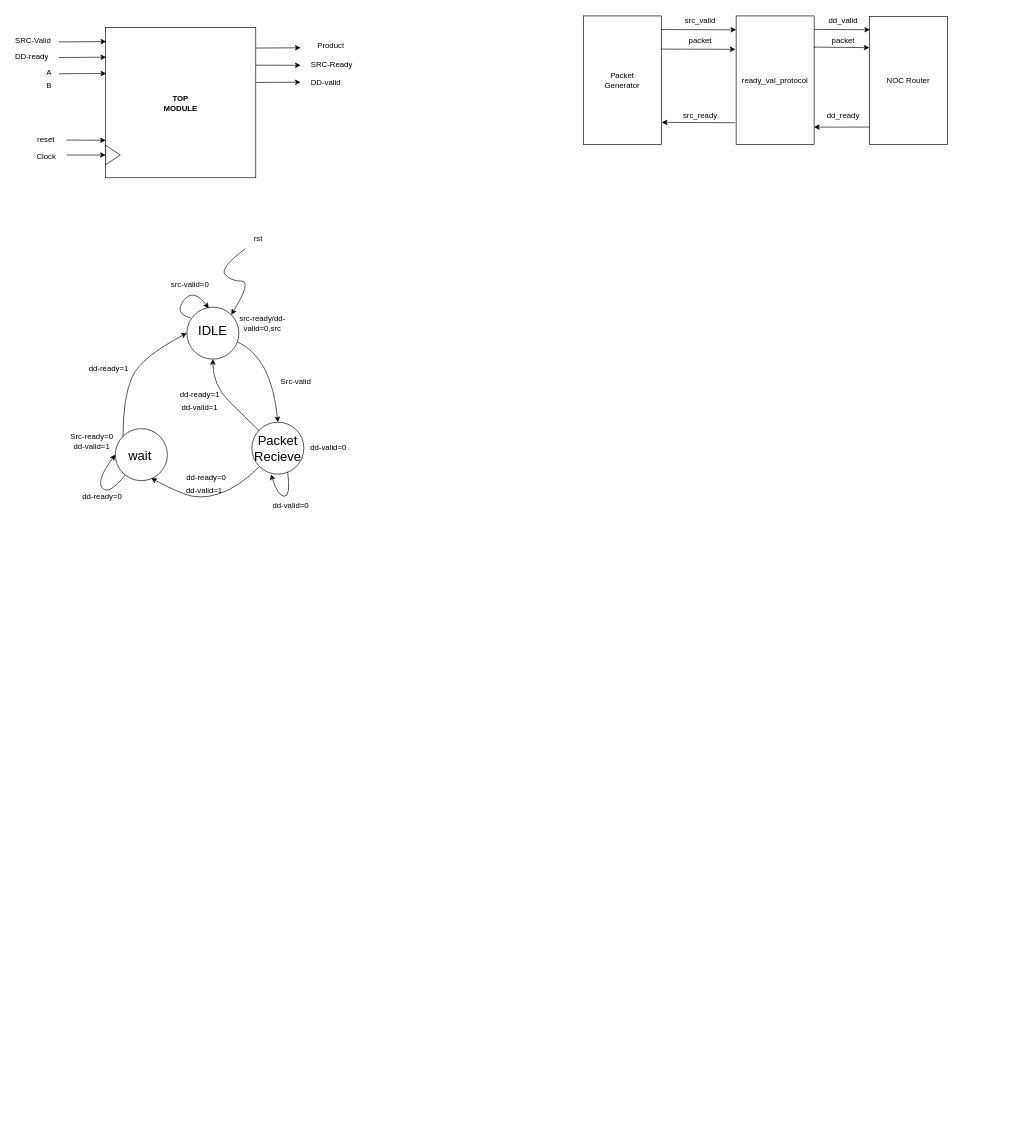
Hira-Firdous/DD-Xce-sv-task keeps this draw.io diagram as page "Page-1" (1 of 2) of NOC_generator.drawio. Above is the earlier version. Source tidied: cells renumbered, new cells numbered last; positions are measured from the earlier drawing's top-left corner, leaving out a move shared by most shapes. Both pictures are drawn from the tidied source at 65%, with x=0, y=0 at pixel (11, 11).
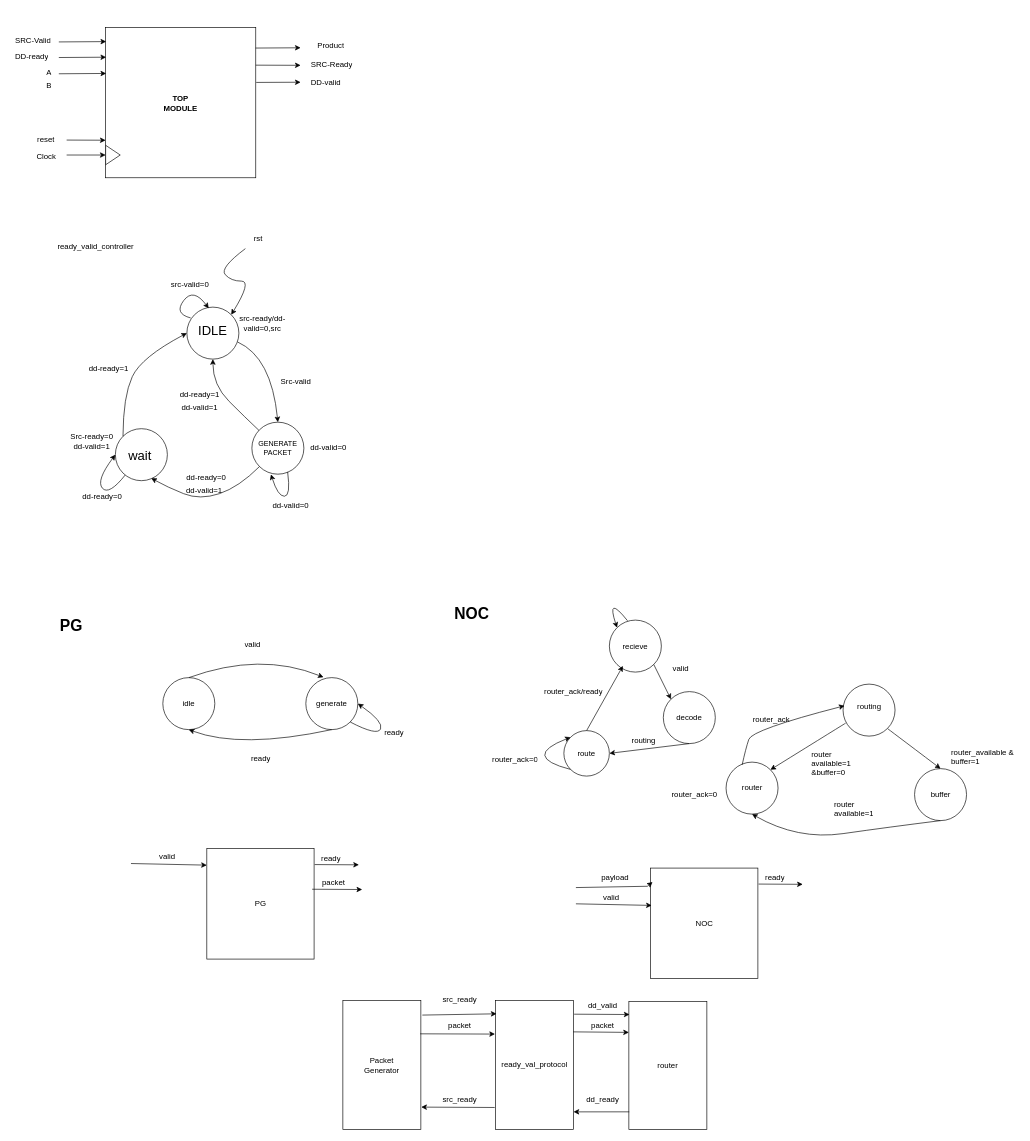
Above is the later version.

Change to the diagram source:
```diff
@@
-    <mxCell id="39" value="Packet&lt;div&gt;Recieve&lt;/div&gt;" style="text;html=1;align=center;verticalAlign=middle;whiteSpace=wrap;rounded=0;fontSize=20;" parent="1" vertex="1">
+    <mxCell id="39" value="GENERATE&lt;div style=&quot;font-size: 11px;&quot;&gt;PACKET&lt;/div&gt;" style="text;html=1;align=center;verticalAlign=middle;whiteSpace=wrap;rounded=0;fontSize=11;" parent="1" vertex="1">
       <mxGeometry x="385" y="663" width="50" height="18" as="geometry" />
     </mxCell>
@@
     <mxCell id="48" value="Packet&lt;div&gt;Generator&lt;/div&gt;" style="rounded=0;whiteSpace=wrap;html=1;" parent="1" vertex="1">
-      <mxGeometry x="880" y="7" width="120" height="198" as="geometry" />
+      <mxGeometry x="510" y="1522" width="120" height="198" as="geometry" />
     </mxCell>
     <mxCell id="49" value="ready_val_protocol" style="rounded=0;whiteSpace=wrap;html=1;" parent="1" vertex="1">
-      <mxGeometry x="1115" y="7" width="120" height="198" as="geometry" />
+      <mxGeometry x="745" y="1522" width="120" height="198" as="geometry" />
     </mxCell>
-    <mxCell id="50" value="NOC Router" style="rounded=0;whiteSpace=wrap;html=1;" parent="1" vertex="1">
-      <mxGeometry x="1320" y="8" width="120" height="197" as="geometry" />
+    <mxCell id="50" value="router" style="rounded=0;whiteSpace=wrap;html=1;" parent="1" vertex="1">
+      <mxGeometry x="950" y="1523" width="120" height="197" as="geometry" />
     </mxCell>
-    <mxCell id="51" style="endArrow=classic;html=1;rounded=0;entryX=0.001;entryY=0.113;entryDx=0;entryDy=0;entryPerimeter=0;" parent="1" edge="1">
-      <mxGeometry relative="1" as="geometry">
-        <mxPoint x="1000" y="28" as="sourcePoint" />
-        <mxPoint x="1115.1" y="28.4" as="targetPoint" />
-      </mxGeometry>
-    </mxCell>
@@
     <mxCell id="53" style="endArrow=classic;html=1;rounded=0;exitX=0.992;exitY=0.202;exitDx=0;exitDy=0;exitPerimeter=0;entryX=-0.008;entryY=0.204;entryDx=0;entryDy=0;entryPerimeter=0;" parent="1" edge="1">
       <mxGeometry relative="1" as="geometry">
-        <mxPoint x="999" y="58" as="sourcePoint" />
-        <mxPoint x="1114" y="58.4" as="targetPoint" />
+        <mxPoint x="629" y="1573" as="sourcePoint" />
+        <mxPoint x="744" y="1573.4" as="targetPoint" />
       </mxGeometry>
     </mxCell>
-    <mxCell id="54" value="src_valid" style="text;html=1;align=center;verticalAlign=middle;whiteSpace=wrap;rounded=0;" parent="1" vertex="1">
-      <mxGeometry x="1030" width="60" height="30" as="geometry" />
-    </mxCell>
     <mxCell id="55" value="packet" style="text;html=1;align=center;verticalAlign=middle;whiteSpace=wrap;rounded=0;" parent="1" vertex="1">
-      <mxGeometry x="1030" y="30" width="60" height="30" as="geometry" />
+      <mxGeometry x="660" y="1545" width="60" height="30" as="geometry" />
     </mxCell>
     <mxCell id="56" value="src_ready" style="text;html=1;align=center;verticalAlign=middle;whiteSpace=wrap;rounded=0;" parent="1" vertex="1">
-      <mxGeometry x="1030" y="145" width="60" height="30" as="geometry" />
+      <mxGeometry x="660" y="1660" width="60" height="30" as="geometry" />
     </mxCell>
     <mxCell id="57" value="dd_valid" style="text;html=1;align=center;verticalAlign=middle;whiteSpace=wrap;rounded=0;" parent="1" vertex="1">
-      <mxGeometry x="1250" width="60" height="30" as="geometry" />
+      <mxGeometry x="880" y="1515" width="60" height="30" as="geometry" />
     </mxCell>
     <mxCell id="58" style="endArrow=classic;html=1;rounded=0;exitX=0.99;exitY=0.105;exitDx=0;exitDy=0;exitPerimeter=0;entryX=-0.008;entryY=0.103;entryDx=0;entryDy=0;entryPerimeter=0;" parent="1" edge="1">
       <mxGeometry relative="1" as="geometry">
-        <mxPoint x="1235.8" y="27.8" as="sourcePoint" />
-        <mxPoint x="1321" y="28.3" as="targetPoint" />
+        <mxPoint x="865.8" y="1542.8" as="sourcePoint" />
+        <mxPoint x="951" y="1543.3" as="targetPoint" />
       </mxGeometry>
     </mxCell>
@@
     <mxCell id="60" value="dd_ready" style="text;html=1;align=center;verticalAlign=middle;whiteSpace=wrap;rounded=0;" parent="1" vertex="1">
-      <mxGeometry x="1250" y="145" width="60" height="30" as="geometry" />
+      <mxGeometry x="880" y="1660" width="60" height="30" as="geometry" />
     </mxCell>
     <mxCell id="61" style="endArrow=classic;html=1;rounded=0;exitX=0.992;exitY=0.199;exitDx=0;exitDy=0;exitPerimeter=0;entryX=-0.003;entryY=0.199;entryDx=0;entryDy=0;entryPerimeter=0;" parent="1" edge="1">
       <mxGeometry relative="1" as="geometry">
-        <mxPoint x="1234.4" y="55" as="sourcePoint" />
-        <mxPoint x="1320" y="55.8" as="targetPoint" />
+        <mxPoint x="864.4" y="1570" as="sourcePoint" />
+        <mxPoint x="950" y="1570.8" as="targetPoint" />
       </mxGeometry>
     </mxCell>
     <mxCell id="62" value="packet" style="text;html=1;align=center;verticalAlign=middle;whiteSpace=wrap;rounded=0;" parent="1" vertex="1">
-      <mxGeometry x="1260" y="35" width="40" height="20" as="geometry" />
+      <mxGeometry x="890" y="1550" width="40" height="20" as="geometry" />
     </mxCell>
+    <mxCell id="63" value="buffer" style="ellipse;whiteSpace=wrap;html=1;" parent="1" vertex="1">
+      <mxGeometry x="1389.5" y="1165" width="80" height="80" as="geometry" />
+    </mxCell>
+    <mxCell id="64" value="router&lt;div&gt;available=1 &amp;amp;buffer=0&lt;/div&gt;" style="text;strokeColor=none;fillColor=none;align=left;verticalAlign=middle;spacingLeft=4;spacingRight=4;overflow=hidden;whiteSpace=wrap;html=1;" parent="1" vertex="1">
+      <mxGeometry x="1224.5" y="1125" width="80" height="63" as="geometry" />
+    </mxCell>
+    <mxCell id="65" value="router" style="ellipse;whiteSpace=wrap;html=1;" parent="1" vertex="1">
+      <mxGeometry x="1099.5" y="1155" width="80" height="80" as="geometry" />
+    </mxCell>
+    <mxCell id="66" style="curved=1;endArrow=classic;html=1;rounded=0;entryX=0.5;entryY=1;entryDx=0;entryDy=0;exitX=0.5;exitY=1;exitDx=0;exitDy=0;" parent="1" edge="1" source="63" target="65">
+      <mxGeometry relative="1" as="geometry">
+        <Array as="points">
+          <mxPoint x="1349.5" y="1255" />
+          <mxPoint x="1209.5" y="1275" />
+        </Array>
+      </mxGeometry>
+    </mxCell>
+    <mxCell id="67" style="curved=1;endArrow=classic;html=1;rounded=0;entryX=1;entryY=0;entryDx=0;entryDy=0;exitX=0.05;exitY=0.75;exitDx=0;exitDy=0;exitPerimeter=0;" parent="1" edge="1" source="83" target="65">
+      <mxGeometry relative="1" as="geometry" />
+    </mxCell>
+    <mxCell id="68" style="curved=1;endArrow=classic;html=1;rounded=0;entryX=0.5;entryY=0;entryDx=0;entryDy=0;exitX=1;exitY=1;exitDx=0;exitDy=0;" parent="1" edge="1" source="83" target="63">
+      <mxGeometry relative="1" as="geometry" />
+    </mxCell>
+    <mxCell id="69" value="&lt;div&gt;&lt;br&gt;&lt;/div&gt;&lt;div&gt;router_available &amp;amp; buffer=1&lt;/div&gt;" style="text;strokeColor=none;fillColor=none;align=left;verticalAlign=middle;spacingLeft=4;spacingRight=4;overflow=hidden;whiteSpace=wrap;html=1;" parent="1" vertex="1">
+      <mxGeometry x="1439.5" y="1115" width="110" height="50" as="geometry" />
+    </mxCell>
+    <mxCell id="70" value="router&lt;div&gt;available=1&lt;/div&gt;" style="text;strokeColor=none;fillColor=none;align=left;verticalAlign=middle;spacingLeft=4;spacingRight=4;overflow=hidden;whiteSpace=wrap;html=1;" parent="1" vertex="1">
+      <mxGeometry x="1259.5" y="1195" width="70" height="63" as="geometry" />
+    </mxCell>
+    <mxCell id="71" value="ready_valid_controller" style="text;html=1;align=center;verticalAlign=middle;whiteSpace=wrap;rounded=0;" parent="1" vertex="1">
+      <mxGeometry x="70" y="349" width="120" height="26" as="geometry" />
+    </mxCell>
+    <mxCell id="72" value="recieve" style="ellipse;whiteSpace=wrap;html=1;" parent="1" vertex="1">
+      <mxGeometry x="920" y="936.5" width="80" height="80" as="geometry" />
+    </mxCell>
+    <mxCell id="73" value="decode" style="ellipse;whiteSpace=wrap;html=1;" parent="1" vertex="1">
+      <mxGeometry x="1003" y="1046.5" width="80" height="80" as="geometry" />
+    </mxCell>
+    <mxCell id="74" style="curved=1;endArrow=classic;html=1;rounded=0;exitX=0.35;exitY=0.013;exitDx=0;exitDy=0;exitPerimeter=0;entryX=0;entryY=0;entryDx=0;entryDy=0;" parent="1" edge="1" source="72" target="72">
+      <mxGeometry relative="1" as="geometry">
+        <Array as="points">
+          <mxPoint x="915" y="896.5" />
+        </Array>
+      </mxGeometry>
+    </mxCell>
+    <mxCell id="75" value="valid" style="text;html=1;align=center;verticalAlign=middle;whiteSpace=wrap;rounded=0;" parent="1" vertex="1">
+      <mxGeometry x="1000" y="996.5" width="60" height="30" as="geometry" />
+    </mxCell>
+    <mxCell id="76" style="endArrow=classic;html=1;rounded=0;exitX=1;exitY=1;exitDx=0;exitDy=0;entryX=0;entryY=0;entryDx=0;entryDy=0;" parent="1" edge="1" source="72" target="73">
+      <mxGeometry relative="1" as="geometry" />
+    </mxCell>
+    <mxCell id="77" value="route" style="ellipse;whiteSpace=wrap;html=1;" parent="1" vertex="1">
+      <mxGeometry x="850" y="1106.5" width="70" height="70" as="geometry" />
+    </mxCell>
+    <mxCell id="78" style="endArrow=classic;html=1;rounded=0;exitX=0.5;exitY=1;exitDx=0;exitDy=0;entryX=1;entryY=0.5;entryDx=0;entryDy=0;" parent="1" edge="1" source="73" target="77">
+      <mxGeometry relative="1" as="geometry" />
+    </mxCell>
+    <mxCell id="79" style="endArrow=classic;html=1;rounded=0;exitX=0.5;exitY=0;exitDx=0;exitDy=0;entryX=0.26;entryY=0.882;entryDx=0;entryDy=0;entryPerimeter=0;" parent="1" edge="1" source="77" target="72">
+      <mxGeometry relative="1" as="geometry" />
+    </mxCell>
+    <mxCell id="80" style="curved=1;endArrow=classic;html=1;rounded=0;entryX=0;entryY=0;entryDx=0;entryDy=0;exitX=0;exitY=1;exitDx=0;exitDy=0;" parent="1" edge="1" source="77" target="77">
+      <mxGeometry relative="1" as="geometry">
+        <Array as="points">
+          <mxPoint x="784" y="1146.5" />
+        </Array>
+      </mxGeometry>
+    </mxCell>
+    <mxCell id="81" value="router_ack=0" style="text;strokeColor=none;fillColor=none;align=left;verticalAlign=middle;spacingLeft=4;spacingRight=4;overflow=hidden;whiteSpace=wrap;html=1;" parent="1" vertex="1">
+      <mxGeometry x="734" y="1136.5" width="80" height="30" as="geometry" />
+    </mxCell>
+    <mxCell id="82" value="router_ack/ready" style="text;strokeColor=none;fillColor=none;align=left;verticalAlign=middle;spacingLeft=4;spacingRight=4;overflow=hidden;whiteSpace=wrap;html=1;" parent="1" vertex="1">
+      <mxGeometry x="814" y="1026.5" width="113" height="40" as="geometry" />
+    </mxCell>
+    <mxCell id="83" style="ellipse;whiteSpace=wrap;html=1;" parent="1" vertex="1">
+      <mxGeometry x="1279.5" y="1035" width="80" height="80" as="geometry" />
+    </mxCell>
+    <mxCell id="84" value="router_ack=0" style="text;strokeColor=none;fillColor=none;align=left;verticalAlign=middle;spacingLeft=4;spacingRight=4;overflow=hidden;whiteSpace=wrap;html=1;" parent="1" vertex="1">
+      <mxGeometry x="1010" y="1190" width="80" height="30" as="geometry" />
+    </mxCell>
+    <mxCell id="85" value="router_ack" style="text;strokeColor=none;fillColor=none;align=left;verticalAlign=middle;spacingLeft=4;spacingRight=4;overflow=hidden;whiteSpace=wrap;html=1;" parent="1" vertex="1">
+      <mxGeometry x="1134.5" y="1075" width="80" height="30" as="geometry" />
+    </mxCell>
+    <mxCell id="86" value="routing" style="text;html=1;align=center;verticalAlign=middle;whiteSpace=wrap;rounded=0;" parent="1" vertex="1">
+      <mxGeometry x="1289.5" y="1055" width="60" height="30" as="geometry" />
+    </mxCell>
+    <mxCell id="87" value="routing" style="text;html=1;align=center;verticalAlign=middle;whiteSpace=wrap;rounded=0;" parent="1" vertex="1">
+      <mxGeometry x="943" y="1106.5" width="60" height="30" as="geometry" />
+    </mxCell>
+    <mxCell id="88" style="curved=1;endArrow=classic;html=1;rounded=0;exitX=0.31;exitY=0.053;exitDx=0;exitDy=0;exitPerimeter=0;entryX=0.028;entryY=0.416;entryDx=0;entryDy=0;entryPerimeter=0;" parent="1" edge="1" source="65" target="83">
+      <mxGeometry relative="1" as="geometry">
+        <Array as="points">
+          <mxPoint x="1129.5" y="1135" />
+          <mxPoint x="1139.5" y="1105" />
+        </Array>
+      </mxGeometry>
+    </mxCell>
+    <mxCell id="89" value="&lt;h1 style=&quot;margin-top: 0px;&quot;&gt;NOC&lt;/h1&gt;" style="text;html=1;whiteSpace=wrap;overflow=hidden;rounded=0;" parent="1" vertex="1">
+      <mxGeometry x="680" y="906.5" width="120" height="50" as="geometry" />
+    </mxCell>
+    <mxCell id="90" value="&lt;h1 style=&quot;margin-top: 0px;&quot;&gt;PG&lt;/h1&gt;" style="text;html=1;whiteSpace=wrap;overflow=hidden;rounded=0;" parent="1" vertex="1">
+      <mxGeometry x="73" y="925" width="60" height="50" as="geometry" />
+    </mxCell>
+    <mxCell id="91" value="NOC" style="rounded=0;whiteSpace=wrap;html=1;" parent="1" vertex="1">
+      <mxGeometry x="983.5" y="1318" width="165" height="170" as="geometry" />
+    </mxCell>
+    <mxCell id="92" style="endArrow=classic;html=1;rounded=0;entryX=0.018;entryY=0.126;entryDx=0;entryDy=0;entryPerimeter=0;" parent="1" edge="1" target="91">
+      <mxGeometry relative="1" as="geometry">
+        <mxPoint x="868.5" y="1348" as="sourcePoint" />
+        <Array as="points">
+          <mxPoint x="978.5" y="1346" />
+        </Array>
+      </mxGeometry>
+    </mxCell>
+    <mxCell id="93" value="payload" style="text;html=1;align=center;verticalAlign=middle;whiteSpace=wrap;rounded=0;" parent="1" vertex="1">
+      <mxGeometry x="898.5" y="1318" width="60" height="30" as="geometry" />
+    </mxCell>
+    <mxCell id="94" style="endArrow=classic;html=1;rounded=0;entryX=0.01;entryY=0.338;entryDx=0;entryDy=0;entryPerimeter=0;" parent="1" edge="1" target="91">
+      <mxGeometry relative="1" as="geometry">
+        <mxPoint x="868.5" y="1373" as="sourcePoint" />
+      </mxGeometry>
+    </mxCell>
+    <mxCell id="95" value="valid" style="text;html=1;align=center;verticalAlign=middle;whiteSpace=wrap;rounded=0;" parent="1" vertex="1">
+      <mxGeometry x="892.5" y="1348" width="60" height="30" as="geometry" />
+    </mxCell>
+    <mxCell id="96" style="endArrow=classic;html=1;rounded=0;exitX=1.012;exitY=0.112;exitDx=0;exitDy=0;exitPerimeter=0;" parent="1" edge="1">
+      <mxGeometry relative="1" as="geometry">
+        <mxPoint x="1149.5" y="1342.6" as="sourcePoint" />
+        <mxPoint x="1217.5" y="1343" as="targetPoint" />
+      </mxGeometry>
+    </mxCell>
+    <mxCell id="97" value="ready" style="text;strokeColor=none;fillColor=none;align=left;verticalAlign=middle;spacingLeft=4;spacingRight=4;overflow=hidden;whiteSpace=wrap;html=1;" parent="1" vertex="1">
+      <mxGeometry x="1153.5" y="1318" width="50" height="30" as="geometry" />
+    </mxCell>
+    <mxCell id="98" value="idle" style="ellipse;whiteSpace=wrap;html=1;" parent="1" vertex="1">
+      <mxGeometry x="233" y="1025" width="80" height="80" as="geometry" />
+    </mxCell>
+    <mxCell id="99" value="generate" style="ellipse;whiteSpace=wrap;html=1;" parent="1" vertex="1">
+      <mxGeometry x="453" y="1025" width="80" height="80" as="geometry" />
+    </mxCell>
+    <mxCell id="100" style="curved=1;endArrow=classic;html=1;rounded=0;exitX=0.5;exitY=0;exitDx=0;exitDy=0;entryX=0.34;entryY=-0.007;entryDx=0;entryDy=0;entryPerimeter=0;" parent="1" edge="1" source="98" target="99">
+      <mxGeometry relative="1" as="geometry">
+        <Array as="points">
+          <mxPoint x="383" y="985" />
+        </Array>
+      </mxGeometry>
+    </mxCell>
+    <mxCell id="101" style="curved=1;endArrow=classic;html=1;rounded=0;exitX=0.5;exitY=1;exitDx=0;exitDy=0;entryX=0.5;entryY=1;entryDx=0;entryDy=0;" parent="1" edge="1" source="99" target="98">
+      <mxGeometry relative="1" as="geometry">
+        <Array as="points">
+          <mxPoint x="353" y="1135" />
+        </Array>
+      </mxGeometry>
+    </mxCell>
+    <mxCell id="102" value="valid" style="text;strokeColor=none;fillColor=none;align=left;verticalAlign=middle;spacingLeft=4;spacingRight=4;overflow=hidden;whiteSpace=wrap;html=1;" parent="1" vertex="1">
+      <mxGeometry x="353" y="960" width="40" height="30" as="geometry" />
+    </mxCell>
+    <mxCell id="103" value="ready" style="text;strokeColor=none;fillColor=none;align=left;verticalAlign=middle;spacingLeft=4;spacingRight=4;overflow=hidden;whiteSpace=wrap;html=1;" parent="1" vertex="1">
+      <mxGeometry x="363" y="1135" width="40" height="30" as="geometry" />
+    </mxCell>
+    <mxCell id="104" style="curved=1;endArrow=classic;html=1;rounded=0;entryX=1;entryY=0.5;entryDx=0;entryDy=0;exitX=1;exitY=1;exitDx=0;exitDy=0;" parent="1" edge="1" source="99" target="99">
+      <mxGeometry relative="1" as="geometry">
+        <Array as="points">
+          <mxPoint x="563" y="1115" />
+          <mxPoint x="573" y="1093" />
+        </Array>
+      </mxGeometry>
+    </mxCell>
+    <mxCell id="105" value="ready" style="text;strokeColor=none;fillColor=none;align=left;verticalAlign=middle;spacingLeft=4;spacingRight=4;overflow=hidden;whiteSpace=wrap;html=1;" parent="1" vertex="1">
+      <mxGeometry x="568" y="1095" width="45" height="30" as="geometry" />
+    </mxCell>
+    <mxCell id="106" value="PG" style="rounded=0;whiteSpace=wrap;html=1;" parent="1" vertex="1">
+      <mxGeometry x="300.7" y="1288" width="165" height="170" as="geometry" />
+    </mxCell>
+    <mxCell id="107" style="endArrow=classic;html=1;rounded=0;entryX=0.01;entryY=0.338;entryDx=0;entryDy=0;entryPerimeter=0;" parent="1" edge="1">
+      <mxGeometry relative="1" as="geometry">
+        <mxPoint x="184" y="1311" as="sourcePoint" />
+        <mxPoint x="300.7" y="1313.5" as="targetPoint" />
+      </mxGeometry>
+    </mxCell>
+    <mxCell id="108" value="valid" style="text;html=1;align=center;verticalAlign=middle;whiteSpace=wrap;rounded=0;" parent="1" vertex="1">
+      <mxGeometry x="209.7" y="1285" width="60" height="30" as="geometry" />
+    </mxCell>
+    <mxCell id="109" style="endArrow=classic;html=1;rounded=0;exitX=1.012;exitY=0.112;exitDx=0;exitDy=0;exitPerimeter=0;" parent="1" edge="1">
+      <mxGeometry relative="1" as="geometry">
+        <mxPoint x="466.6" y="1312.6" as="sourcePoint" />
+        <mxPoint x="534.7" y="1313" as="targetPoint" />
+      </mxGeometry>
+    </mxCell>
+    <mxCell id="110" value="ready" style="text;strokeColor=none;fillColor=none;align=left;verticalAlign=middle;spacingLeft=4;spacingRight=4;overflow=hidden;whiteSpace=wrap;html=1;" parent="1" vertex="1">
+      <mxGeometry x="470.7" y="1288" width="50" height="30" as="geometry" />
+    </mxCell>
+    <mxCell id="111" style="endArrow=classic;html=1;rounded=0;exitX=0.982;exitY=0.368;exitDx=0;exitDy=0;exitPerimeter=0;" parent="1" edge="1" source="106">
+      <mxGeometry relative="1" as="geometry">
+        <mxPoint x="539.7" y="1351" as="targetPoint" />
+      </mxGeometry>
+    </mxCell>
+    <mxCell id="112" value="packet" style="text;html=1;align=center;verticalAlign=middle;whiteSpace=wrap;rounded=0;" parent="1" vertex="1">
+      <mxGeometry x="465.7" y="1325" width="60" height="30" as="geometry" />
+    </mxCell>
+    <mxCell id="113" style="endArrow=classic;html=1;rounded=0;exitX=1.019;exitY=0.112;exitDx=0;exitDy=0;exitPerimeter=0;entryX=0.012;entryY=0.102;entryDx=0;entryDy=0;entryPerimeter=0;" parent="1" edge="1" source="48" target="49">
+      <mxGeometry relative="1" as="geometry" />
+    </mxCell>
+    <mxCell id="114" value="src_ready" style="text;html=1;align=center;verticalAlign=middle;whiteSpace=wrap;rounded=0;" parent="1" vertex="1">
+      <mxGeometry x="660" y="1505" width="60" height="30" as="geometry" />
+    </mxCell>
```
